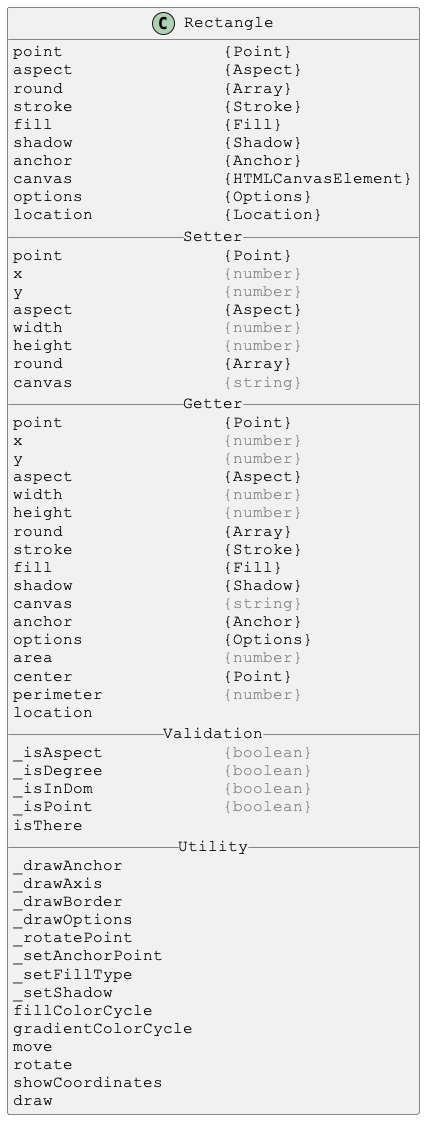
The PlantUML diagram docs/PlantUml/image/Rectangle.png in Justin-Byrne/canvasLab, before a commit.
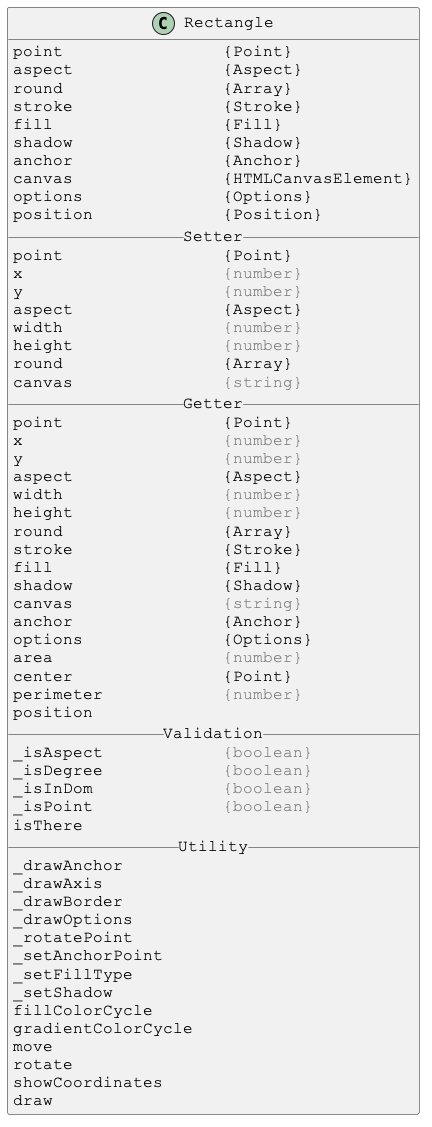
After the commit.

What changed in the source:
```diff
@@ -13,7 +13,7 @@
 anchor               {Anchor}
 canvas               {HTMLCanvasElement}
 options              {Options}
-location             {Location}
+position             {Position}
 __ Setter __
 point                {Point}
 x                    <color:gray>{number}</color>
@@ -40,7 +40,7 @@
 area                 <color:gray>{number}</color>
 center               {Point}
 perimeter            <color:gray>{number}</color>
-location
+position
 __ Validation __
 _isAspect            <color:gray>{boolean}</color>
 _isDegree            <color:gray>{boolean}</color>
```
